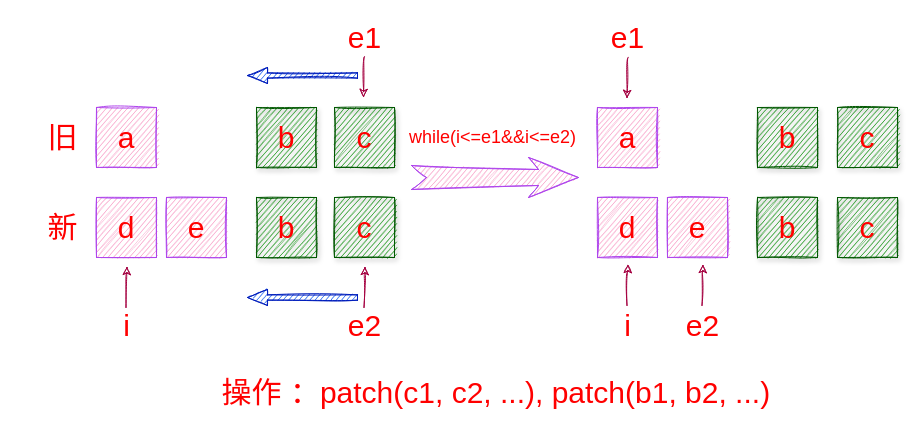
Earlier version of the draw.io diagram page "对比右侧" (2 of 6) of vue/diff1.drawio (fengjinlong/drawio). Source tidied: cells renumbered, new cells numbered last; positions are measured from the earlier drawing's top-left corner, leaving out a move shared by most shapes. Both pictures are drawn from the tidied source at 100%, with x=0, y=0 at pixel (37, 17).
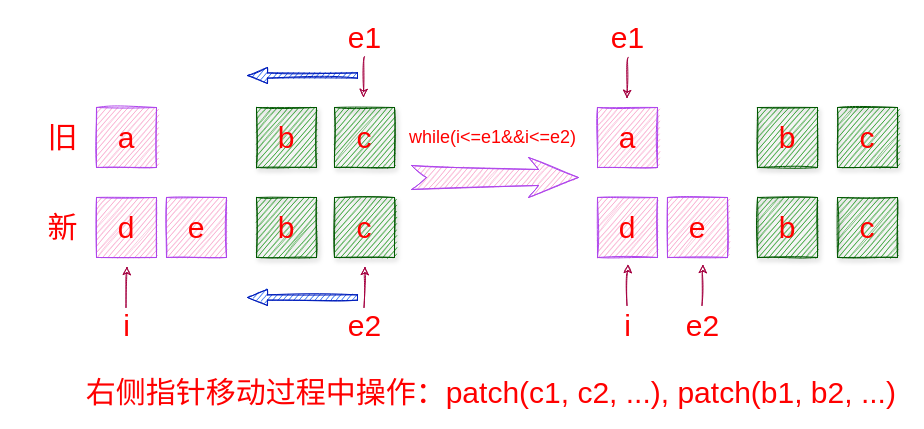
The same page after the edit.

Diff of the diagram source:
```diff
@@
-    <mxCell id="35" value="&lt;span style=&quot;white-space: pre ; font-size: 30px&quot;&gt;&#9;&lt;/span&gt;操作 ：patch(c1, c2, ...), patch(b1, b2, ...)" style="text;html=1;align=center;verticalAlign=middle;strokeColor=none;fillColor=none;fontSize=30;fontColor=#FF0000;" parent="1" vertex="1">
-      <mxGeometry x="110" y="355" width="630" height="40" as="geometry" />
+    <mxCell id="35" value="&lt;div&gt;&lt;span style=&quot;white-space: pre&quot;&gt;&#9;&lt;/span&gt;&lt;span&gt;右侧指针移动过程中操作：patch(c1, c2, ...), patch(b1, b2, ...)&lt;/span&gt;&lt;/div&gt;" style="text;html=1;align=left;verticalAlign=middle;strokeColor=none;fillColor=none;fontSize=30;fontColor=#FF0000;" parent="1" vertex="1">
+      <mxGeometry x="-20" y="355" width="890" height="40" as="geometry" />
     </mxCell>
```
